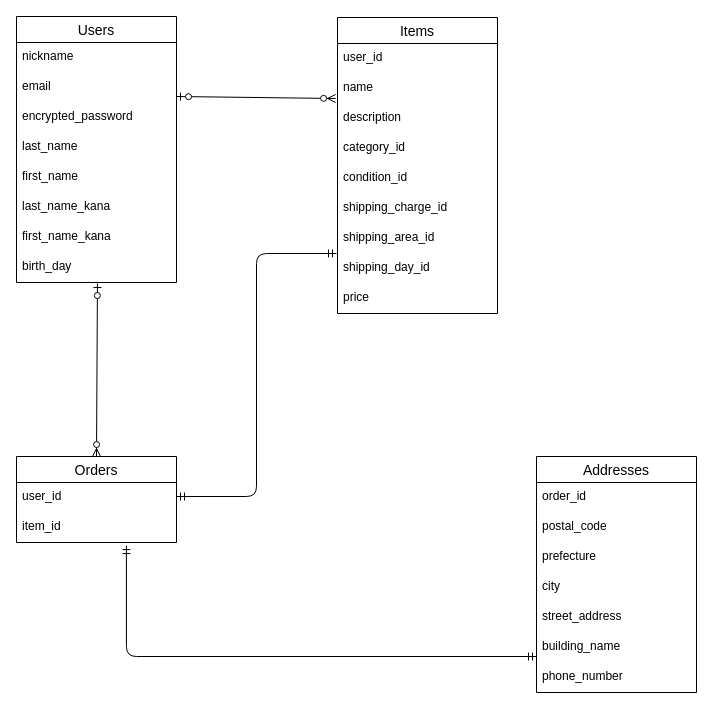
The draw.io diagram furima.dio in warawarakid/furima-39153, before the edit. Source tidied: cells renumbered, new cells numbered last; positions are measured from the earlier drawing's top-left corner, leaving out a move shared by most shapes. Both pictures are drawn from the tidied source at 100%, with x=0, y=0 at pixel (16, 16).
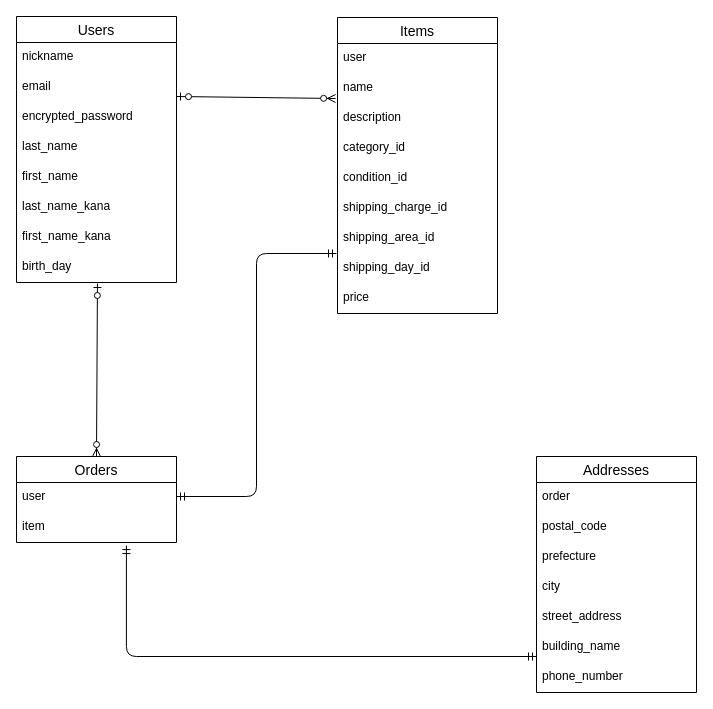
The same diagram, later.

The change refers to these unchanged cells:
```xml
<mxCell id="11" value="Items" style="swimlane;fontStyle=0;horizontal=1;startSize=26;align=center;fontSize=14;" parent="1" vertex="1">
  <mxGeometry x="321" y="1" width="160" height="296" as="geometry" />
</mxCell>
<mxCell id="22" value="Orders" style="swimlane;fontStyle=0;horizontal=1;startSize=26;align=center;fontSize=14;" parent="1" vertex="1">
  <mxGeometry y="440" width="160" height="86" as="geometry" />
</mxCell>
<mxCell id="25" value="Addresses" style="swimlane;fontStyle=0;horizontal=1;startSize=26;align=center;fontSize=14;" parent="1" vertex="1">
  <mxGeometry x="520" y="440" width="160" height="236" as="geometry" />
</mxCell>
```

Diff of the diagram source:
```diff
@@
-    <mxCell id="12" value="user_id" style="text;strokeColor=none;fillColor=none;spacingLeft=4;spacingRight=4;overflow=hidden;fontSize=12;" parent="11" vertex="1">
+    <mxCell id="12" value="user" style="text;strokeColor=none;fillColor=none;spacingLeft=4;spacingRight=4;overflow=hidden;fontSize=12;" parent="11" vertex="1">
       <mxGeometry y="26" width="160" height="30" as="geometry" />
     </mxCell>
@@
-    <mxCell id="23" value="user_id" style="text;strokeColor=none;fillColor=none;spacingLeft=4;spacingRight=4;overflow=hidden;fontSize=12;" parent="22" vertex="1">
+    <mxCell id="23" value="user" style="text;strokeColor=none;fillColor=none;spacingLeft=4;spacingRight=4;overflow=hidden;fontSize=12;" parent="22" vertex="1">
       <mxGeometry y="26" width="160" height="30" as="geometry" />
     </mxCell>
-    <mxCell id="24" value="item_id" style="text;strokeColor=none;fillColor=none;spacingLeft=4;spacingRight=4;overflow=hidden;points=[[0,0.5],[1,0.5]];portConstraint=eastwest;fontSize=12;" parent="22" vertex="1">
+    <mxCell id="24" value="item" style="text;strokeColor=none;fillColor=none;spacingLeft=4;spacingRight=4;overflow=hidden;points=[[0,0.5],[1,0.5]];portConstraint=eastwest;fontSize=12;" parent="22" vertex="1">
       <mxGeometry y="56" width="160" height="30" as="geometry" />
     </mxCell>
@@
-    <mxCell id="26" value="order_id" style="text;strokeColor=none;fillColor=none;spacingLeft=4;spacingRight=4;overflow=hidden;fontSize=12;" parent="25" vertex="1">
+    <mxCell id="26" value="order" style="text;strokeColor=none;fillColor=none;spacingLeft=4;spacingRight=4;overflow=hidden;fontSize=12;" parent="25" vertex="1">
       <mxGeometry y="26" width="160" height="30" as="geometry" />
     </mxCell>
```
